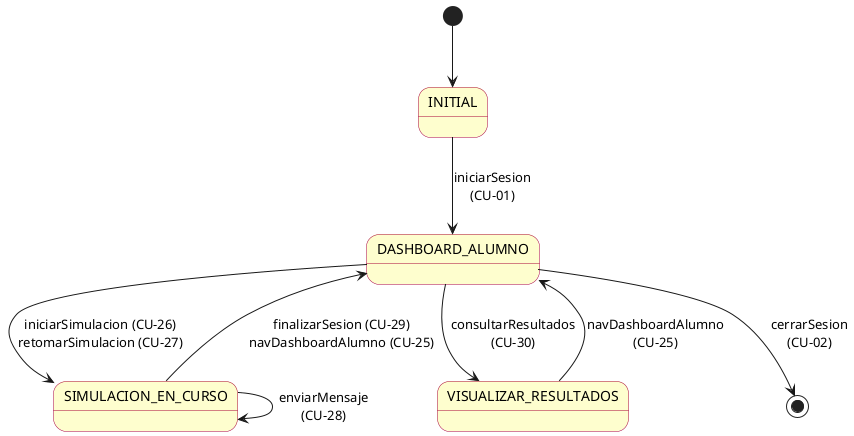
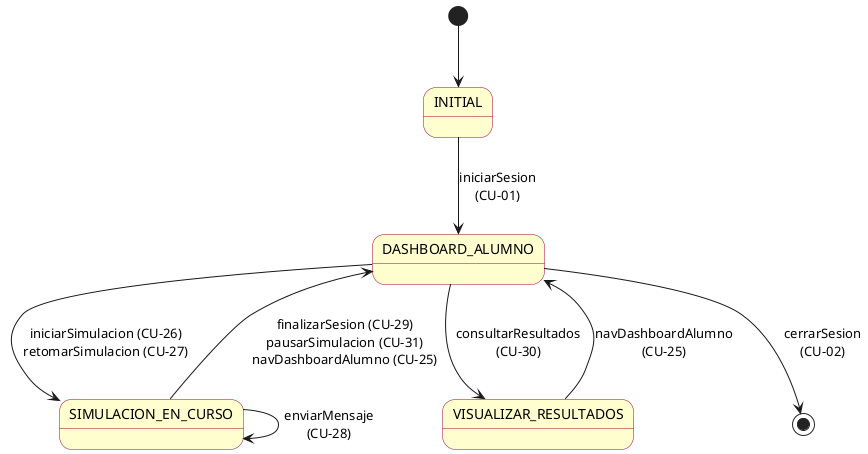
- @startuml
- skinparam stateBackgroundColor #FEFECE
- skinparam stateBorderColor #A80036
+   @startuml
+   skinparam stateBackgroundColor #FEFECE
+   skinparam stateBorderColor #A80036

- state "INITIAL" as INIT
- state "DASHBOARD_ALUMNO" as DASH
- state "SIMULACION_EN_CURSO" as SIM
- state "VISUALIZAR_RESULTADOS" as RESULT
+   state "INITIAL" as INIT
+   state "DASHBOARD_ALUMNO" as DASH
+   state "SIMULACION_EN_CURSO" as SIM
+   state "VISUALIZAR_RESULTADOS" as RESULT

- [*] --> INIT
+   [*] --> INIT

- INIT --> DASH : iniciarSesion\n(CU-01)
+   INIT --> DASH : iniciarSesion\n(CU-01)

- DASH --> SIM : iniciarSimulacion (CU-26)\nretomarSimulacion (CU-27)
- DASH --> RESULT : consultarResultados\n(CU-30)
+   DASH --> SIM : iniciarSimulacion (CU-26)\nretomarSimulacion (CU-27)
+   DASH --> RESULT : consultarResultados\n(CU-30)

- SIM --> SIM : enviarMensaje\n(CU-28)
- SIM --> DASH : finalizarSesion (CU-29)\nnavDashboardAlumno (CU-25)
+   SIM --> SIM : enviarMensaje\n(CU-28)
+   SIM --> DASH : finalizarSesion (CU-29)\npausarSimulacion (CU-31)\nnavDashboardAlumno (CU-25)

- RESULT --> DASH : navDashboardAlumno\n(CU-25)
+   RESULT --> DASH : navDashboardAlumno\n(CU-25)

- DASH --> [*] : cerrarSesion\n(CU-02)
- 
- @enduml+   DASH --> [*] : cerrarSesion\n(CU-02)
+   @enduml